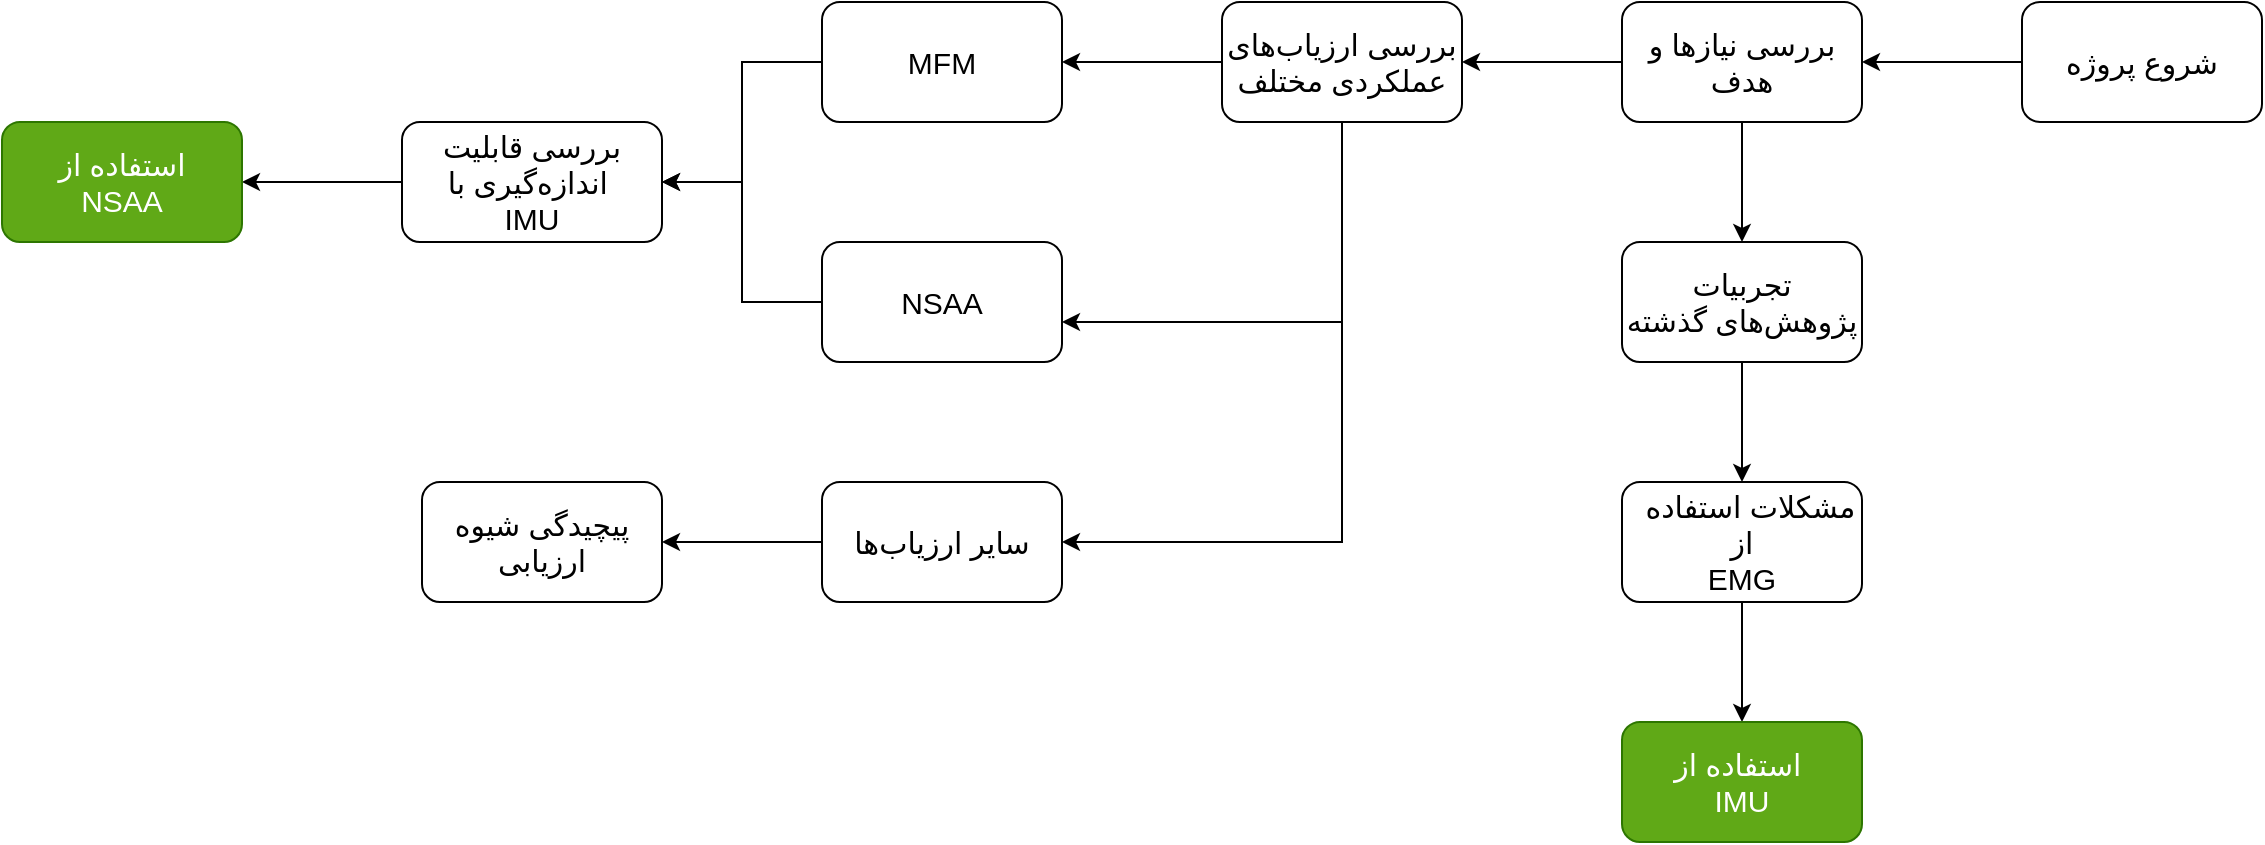
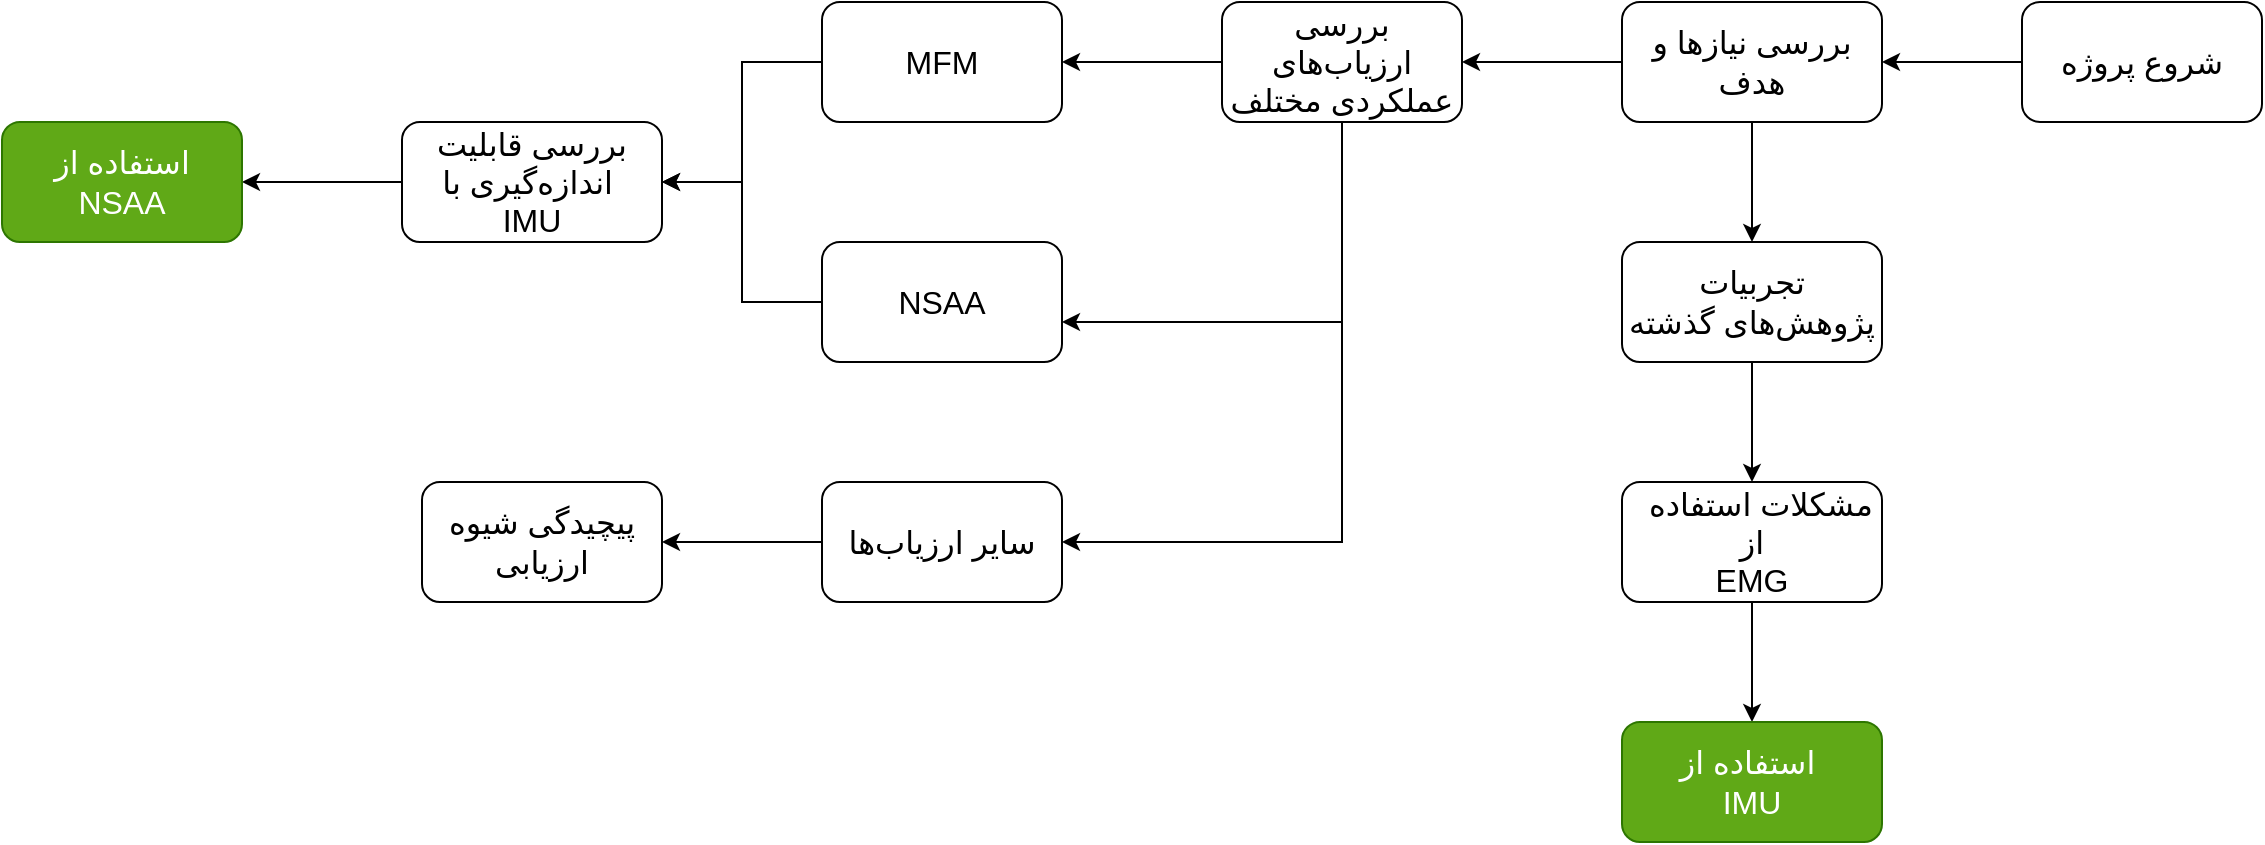
<mxfile host="Electron">
  <diagram id="7Gs_DfStQSDdEMOHskya" name="Page-1">
-     <mxGraphModel dx="1607" dy="1258" grid="1" gridSize="10" guides="1" tooltips="1" connect="1" arrows="1" fold="1" page="1" pageScale="1" pageWidth="1181" pageHeight="512" math="0" shadow="0">
+     <mxGraphModel dx="1483" dy="1162" grid="1" gridSize="10" guides="1" tooltips="1" connect="1" arrows="1" fold="1" page="1" pageScale="1" pageWidth="1181" pageHeight="512" math="0" shadow="0">
      <root>
        <mxCell id="0" />
        <mxCell id="1" parent="0" />
-         <mxCell id="tKZxA21WhAfYIQJh8kY5-1" edge="1" parent="1" source="tKZxA21WhAfYIQJh8kY5-2" style="edgeStyle=orthogonalEdgeStyle;rounded=0;orthogonalLoop=1;jettySize=auto;html=1;fontSize=15;" target="tKZxA21WhAfYIQJh8kY5-5" value="">
+         <mxCell id="tKZxA21WhAfYIQJh8kY5-1" edge="1" parent="1" source="tKZxA21WhAfYIQJh8kY5-2" style="edgeStyle=orthogonalEdgeStyle;rounded=0;orthogonalLoop=1;jettySize=auto;html=1;fontSize=16;" target="tKZxA21WhAfYIQJh8kY5-5" value="">
          <mxGeometry relative="1" as="geometry" />
        </mxCell>
-         <mxCell id="tKZxA21WhAfYIQJh8kY5-2" parent="1" style="rounded=1;whiteSpace=wrap;html=1;fontSize=15;" value="شروع پروژه" vertex="1">
-           <mxGeometry height="60" width="120" x="1040" y="60" as="geometry" />
+         <mxCell id="tKZxA21WhAfYIQJh8kY5-2" parent="1" style="rounded=1;whiteSpace=wrap;html=1;fontSize=16;" value="شروع پروژه" vertex="1">
+           <mxGeometry height="60" width="120" x="1036" y="46" as="geometry" />
        </mxCell>
-         <mxCell id="tKZxA21WhAfYIQJh8kY5-3" edge="1" parent="1" source="tKZxA21WhAfYIQJh8kY5-5" style="edgeStyle=orthogonalEdgeStyle;rounded=0;orthogonalLoop=1;jettySize=auto;html=1;fontSize=15;" target="tKZxA21WhAfYIQJh8kY5-7" value="">
+         <mxCell id="tKZxA21WhAfYIQJh8kY5-3" edge="1" parent="1" source="tKZxA21WhAfYIQJh8kY5-5" style="edgeStyle=orthogonalEdgeStyle;rounded=0;orthogonalLoop=1;jettySize=auto;html=1;fontSize=16;" target="tKZxA21WhAfYIQJh8kY5-7" value="">
          <mxGeometry relative="1" as="geometry" />
        </mxCell>
-         <mxCell id="tKZxA21WhAfYIQJh8kY5-4" edge="1" parent="1" source="tKZxA21WhAfYIQJh8kY5-5" style="edgeStyle=orthogonalEdgeStyle;rounded=0;orthogonalLoop=1;jettySize=auto;html=1;fontSize=15;" target="tKZxA21WhAfYIQJh8kY5-14" value="">
+         <mxCell id="tKZxA21WhAfYIQJh8kY5-4" edge="1" parent="1" source="tKZxA21WhAfYIQJh8kY5-5" style="edgeStyle=orthogonalEdgeStyle;rounded=0;orthogonalLoop=1;jettySize=auto;html=1;fontSize=16;" target="tKZxA21WhAfYIQJh8kY5-14" value="">
          <mxGeometry relative="1" as="geometry" />
        </mxCell>
-         <mxCell id="tKZxA21WhAfYIQJh8kY5-5" parent="1" style="whiteSpace=wrap;html=1;rounded=1;fontSize=15;" value="بررسی نیاز‌ها و هدف" vertex="1">
-           <mxGeometry height="60" width="120" x="840" y="60" as="geometry" />
+         <mxCell id="tKZxA21WhAfYIQJh8kY5-5" parent="1" style="whiteSpace=wrap;html=1;rounded=1;fontSize=16;" value="بررسی نیاز‌ها و هدف" vertex="1">
+           <mxGeometry height="60" width="130" x="836" y="46" as="geometry" />
        </mxCell>
-         <mxCell id="tKZxA21WhAfYIQJh8kY5-6" edge="1" parent="1" source="tKZxA21WhAfYIQJh8kY5-7" style="edgeStyle=orthogonalEdgeStyle;rounded=0;orthogonalLoop=1;jettySize=auto;html=1;fontSize=15;" target="tKZxA21WhAfYIQJh8kY5-9" value="">
+         <mxCell id="tKZxA21WhAfYIQJh8kY5-6" edge="1" parent="1" source="tKZxA21WhAfYIQJh8kY5-7" style="edgeStyle=orthogonalEdgeStyle;rounded=0;orthogonalLoop=1;jettySize=auto;html=1;fontSize=16;" target="tKZxA21WhAfYIQJh8kY5-9" value="">
          <mxGeometry relative="1" as="geometry" />
        </mxCell>
-         <mxCell id="tKZxA21WhAfYIQJh8kY5-7" parent="1" style="whiteSpace=wrap;html=1;rounded=1;fontSize=15;" value="تجربیات پژوهش‌های گذشته" vertex="1">
-           <mxGeometry height="60" width="120" x="840" y="180" as="geometry" />
+         <mxCell id="tKZxA21WhAfYIQJh8kY5-7" parent="1" style="whiteSpace=wrap;html=1;rounded=1;fontSize=16;" value="تجربیات پژوهش‌های گذشته" vertex="1">
+           <mxGeometry height="60" width="130" x="836" y="166" as="geometry" />
        </mxCell>
-         <mxCell id="tKZxA21WhAfYIQJh8kY5-8" edge="1" parent="1" source="tKZxA21WhAfYIQJh8kY5-9" style="edgeStyle=orthogonalEdgeStyle;rounded=0;orthogonalLoop=1;jettySize=auto;html=1;fontSize=15;" target="tKZxA21WhAfYIQJh8kY5-10" value="">
+         <mxCell id="tKZxA21WhAfYIQJh8kY5-8" edge="1" parent="1" source="tKZxA21WhAfYIQJh8kY5-9" style="edgeStyle=orthogonalEdgeStyle;rounded=0;orthogonalLoop=1;jettySize=auto;html=1;fontSize=16;" target="tKZxA21WhAfYIQJh8kY5-10" value="">
          <mxGeometry relative="1" as="geometry" />
        </mxCell>
-         <mxCell id="tKZxA21WhAfYIQJh8kY5-9" parent="1" style="whiteSpace=wrap;html=1;rounded=1;align=center;fontSize=15;" value="&amp;nbsp; مشکلات استفاده از&lt;div&gt;EMG&lt;/div&gt;" vertex="1">
-           <mxGeometry height="60" width="120" x="840" y="300" as="geometry" />
+         <mxCell id="tKZxA21WhAfYIQJh8kY5-9" parent="1" style="whiteSpace=wrap;html=1;rounded=1;align=center;fontSize=16;" value="&amp;nbsp; مشکلات استفاده از&lt;div&gt;EMG&lt;/div&gt;" vertex="1">
+           <mxGeometry height="60" width="130" x="836" y="286" as="geometry" />
        </mxCell>
-         <mxCell id="tKZxA21WhAfYIQJh8kY5-10" parent="1" style="whiteSpace=wrap;html=1;rounded=1;fillColor=light-dark(#60A917,#99FF99);fontColor=#ffffff;strokeColor=#2D7600;gradientColor=none;fontSize=15;" value="استفاده از&amp;nbsp;&lt;div&gt;IMU&lt;/div&gt;" vertex="1">
-           <mxGeometry height="60" width="120" x="840" y="420" as="geometry" />
+         <mxCell id="tKZxA21WhAfYIQJh8kY5-10" parent="1" style="whiteSpace=wrap;html=1;rounded=1;fillColor=light-dark(#60A917,#99FF99);fontColor=#ffffff;strokeColor=#2D7600;gradientColor=none;fontSize=16;" value="استفاده از&amp;nbsp;&lt;div&gt;IMU&lt;/div&gt;" vertex="1">
+           <mxGeometry height="60" width="130" x="836" y="406" as="geometry" />
        </mxCell>
-         <mxCell id="tKZxA21WhAfYIQJh8kY5-11" edge="1" parent="1" source="tKZxA21WhAfYIQJh8kY5-14" style="edgeStyle=orthogonalEdgeStyle;rounded=0;orthogonalLoop=1;jettySize=auto;html=1;fontSize=15;" target="tKZxA21WhAfYIQJh8kY5-16" value="">
+         <mxCell id="tKZxA21WhAfYIQJh8kY5-11" edge="1" parent="1" source="tKZxA21WhAfYIQJh8kY5-14" style="edgeStyle=orthogonalEdgeStyle;rounded=0;orthogonalLoop=1;jettySize=auto;html=1;fontSize=16;" target="tKZxA21WhAfYIQJh8kY5-16" value="">
          <mxGeometry relative="1" as="geometry" />
        </mxCell>
-         <mxCell id="tKZxA21WhAfYIQJh8kY5-12" edge="1" parent="1" source="tKZxA21WhAfYIQJh8kY5-14" style="edgeStyle=orthogonalEdgeStyle;rounded=0;orthogonalLoop=1;jettySize=auto;html=1;fontSize=15;" target="tKZxA21WhAfYIQJh8kY5-18" value="">
+         <mxCell id="tKZxA21WhAfYIQJh8kY5-12" edge="1" parent="1" source="tKZxA21WhAfYIQJh8kY5-14" style="edgeStyle=orthogonalEdgeStyle;rounded=0;orthogonalLoop=1;jettySize=auto;html=1;fontSize=16;" target="tKZxA21WhAfYIQJh8kY5-18" value="">
          <mxGeometry relative="1" as="geometry">
            <Array as="points">
-               <mxPoint x="700" y="220" />
+               <mxPoint x="696" y="206" />
            </Array>
          </mxGeometry>
        </mxCell>
-         <mxCell id="tKZxA21WhAfYIQJh8kY5-13" edge="1" parent="1" source="tKZxA21WhAfYIQJh8kY5-14" style="edgeStyle=orthogonalEdgeStyle;rounded=0;orthogonalLoop=1;jettySize=auto;html=1;entryX=1;entryY=0.5;entryDx=0;entryDy=0;exitX=0.5;exitY=1;exitDx=0;exitDy=0;fontSize=15;" target="tKZxA21WhAfYIQJh8kY5-20">
+         <mxCell id="tKZxA21WhAfYIQJh8kY5-13" edge="1" parent="1" source="tKZxA21WhAfYIQJh8kY5-14" style="edgeStyle=orthogonalEdgeStyle;rounded=0;orthogonalLoop=1;jettySize=auto;html=1;entryX=1;entryY=0.5;entryDx=0;entryDy=0;exitX=0.5;exitY=1;exitDx=0;exitDy=0;fontSize=16;" target="tKZxA21WhAfYIQJh8kY5-20">
          <mxGeometry relative="1" as="geometry">
-             <mxPoint x="740" y="180" as="sourcePoint" />
+             <mxPoint x="736" y="166" as="sourcePoint" />
          </mxGeometry>
        </mxCell>
-         <mxCell id="tKZxA21WhAfYIQJh8kY5-14" parent="1" style="whiteSpace=wrap;html=1;rounded=1;fontSize=15;" value="بررسی ارزیاب‌های عملکردی مختلف" vertex="1">
-           <mxGeometry height="60" width="120" x="640" y="60" as="geometry" />
+         <mxCell id="tKZxA21WhAfYIQJh8kY5-14" parent="1" style="whiteSpace=wrap;html=1;rounded=1;fontSize=16;" value="بررسی ارزیاب‌های عملکردی مختلف" vertex="1">
+           <mxGeometry height="60" width="120" x="636" y="46" as="geometry" />
        </mxCell>
-         <mxCell id="tKZxA21WhAfYIQJh8kY5-15" edge="1" parent="1" source="tKZxA21WhAfYIQJh8kY5-16" style="edgeStyle=orthogonalEdgeStyle;rounded=0;orthogonalLoop=1;jettySize=auto;html=1;entryX=1;entryY=0.5;entryDx=0;entryDy=0;fontSize=15;" target="tKZxA21WhAfYIQJh8kY5-22" value="">
+         <mxCell id="tKZxA21WhAfYIQJh8kY5-15" edge="1" parent="1" source="tKZxA21WhAfYIQJh8kY5-16" style="edgeStyle=orthogonalEdgeStyle;rounded=0;orthogonalLoop=1;jettySize=auto;html=1;entryX=1;entryY=0.5;entryDx=0;entryDy=0;fontSize=16;" target="tKZxA21WhAfYIQJh8kY5-22" value="">
          <mxGeometry relative="1" as="geometry" />
        </mxCell>
-         <mxCell id="tKZxA21WhAfYIQJh8kY5-16" parent="1" style="whiteSpace=wrap;html=1;rounded=1;fontSize=15;" value="MFM" vertex="1">
-           <mxGeometry height="60" width="120" x="440" y="60" as="geometry" />
+         <mxCell id="tKZxA21WhAfYIQJh8kY5-16" parent="1" style="whiteSpace=wrap;html=1;rounded=1;fontSize=16;" value="MFM" vertex="1">
+           <mxGeometry height="60" width="120" x="436" y="46" as="geometry" />
        </mxCell>
-         <mxCell id="tKZxA21WhAfYIQJh8kY5-17" edge="1" parent="1" source="tKZxA21WhAfYIQJh8kY5-18" style="edgeStyle=orthogonalEdgeStyle;rounded=0;orthogonalLoop=1;jettySize=auto;html=1;entryX=1;entryY=0.5;entryDx=0;entryDy=0;fontSize=15;" target="tKZxA21WhAfYIQJh8kY5-22">
+         <mxCell id="tKZxA21WhAfYIQJh8kY5-17" edge="1" parent="1" source="tKZxA21WhAfYIQJh8kY5-18" style="edgeStyle=orthogonalEdgeStyle;rounded=0;orthogonalLoop=1;jettySize=auto;html=1;entryX=1;entryY=0.5;entryDx=0;entryDy=0;fontSize=16;" target="tKZxA21WhAfYIQJh8kY5-22">
          <mxGeometry relative="1" as="geometry" />
        </mxCell>
-         <mxCell id="tKZxA21WhAfYIQJh8kY5-18" parent="1" style="whiteSpace=wrap;html=1;rounded=1;fontSize=15;" value="NSAA" vertex="1">
-           <mxGeometry height="60" width="120" x="440" y="180" as="geometry" />
+         <mxCell id="tKZxA21WhAfYIQJh8kY5-18" parent="1" style="whiteSpace=wrap;html=1;rounded=1;fontSize=16;" value="NSAA" vertex="1">
+           <mxGeometry height="60" width="120" x="436" y="166" as="geometry" />
        </mxCell>
-         <mxCell id="tKZxA21WhAfYIQJh8kY5-19" edge="1" parent="1" source="tKZxA21WhAfYIQJh8kY5-20" style="edgeStyle=orthogonalEdgeStyle;rounded=0;orthogonalLoop=1;jettySize=auto;html=1;fontSize=15;" target="tKZxA21WhAfYIQJh8kY5-24" value="">
+         <mxCell id="tKZxA21WhAfYIQJh8kY5-19" edge="1" parent="1" source="tKZxA21WhAfYIQJh8kY5-20" style="edgeStyle=orthogonalEdgeStyle;rounded=0;orthogonalLoop=1;jettySize=auto;html=1;fontSize=16;" target="tKZxA21WhAfYIQJh8kY5-24" value="">
          <mxGeometry relative="1" as="geometry" />
        </mxCell>
-         <mxCell id="tKZxA21WhAfYIQJh8kY5-20" parent="1" style="whiteSpace=wrap;html=1;rounded=1;fontSize=15;" value="سایر ارزیاب‌ها" vertex="1">
-           <mxGeometry height="60" width="120" x="440" y="300" as="geometry" />
+         <mxCell id="tKZxA21WhAfYIQJh8kY5-20" parent="1" style="whiteSpace=wrap;html=1;rounded=1;fontSize=16;" value="سایر ارزیاب‌ها" vertex="1">
+           <mxGeometry height="60" width="120" x="436" y="286" as="geometry" />
        </mxCell>
-         <mxCell id="tKZxA21WhAfYIQJh8kY5-21" edge="1" parent="1" source="tKZxA21WhAfYIQJh8kY5-22" style="edgeStyle=orthogonalEdgeStyle;rounded=0;orthogonalLoop=1;jettySize=auto;html=1;fontSize=15;" target="tKZxA21WhAfYIQJh8kY5-23" value="">
+         <mxCell id="tKZxA21WhAfYIQJh8kY5-21" edge="1" parent="1" source="tKZxA21WhAfYIQJh8kY5-22" style="edgeStyle=orthogonalEdgeStyle;rounded=0;orthogonalLoop=1;jettySize=auto;html=1;fontSize=16;" target="tKZxA21WhAfYIQJh8kY5-23" value="">
          <mxGeometry relative="1" as="geometry" />
        </mxCell>
-         <mxCell id="tKZxA21WhAfYIQJh8kY5-22" parent="1" style="whiteSpace=wrap;html=1;rounded=1;fontSize=15;" value="بررسی قابلیت اندازه‌گیری با&amp;nbsp;&lt;div&gt;IMU&lt;/div&gt;" vertex="1">
-           <mxGeometry height="60" width="130" x="230" y="120" as="geometry" />
+         <mxCell id="tKZxA21WhAfYIQJh8kY5-22" parent="1" style="whiteSpace=wrap;html=1;rounded=1;fontSize=16;" value="بررسی قابلیت اندازه‌گیری با&amp;nbsp;&lt;div&gt;IMU&lt;/div&gt;" vertex="1">
+           <mxGeometry height="60" width="130" x="226" y="106" as="geometry" />
        </mxCell>
-         <mxCell id="tKZxA21WhAfYIQJh8kY5-23" parent="1" style="whiteSpace=wrap;html=1;rounded=1;fillColor=light-dark(#60A917,#99FF99);fontColor=#ffffff;strokeColor=#2D7600;fontSize=15;" value="استفاده از&lt;div&gt;NSAA&lt;/div&gt;" vertex="1">
-           <mxGeometry height="60" width="120" x="30" y="120" as="geometry" />
+         <mxCell id="tKZxA21WhAfYIQJh8kY5-23" parent="1" style="whiteSpace=wrap;html=1;rounded=1;fillColor=light-dark(#60A917,#99FF99);fontColor=#ffffff;strokeColor=#2D7600;fontSize=16;" value="استفاده از&lt;div&gt;NSAA&lt;/div&gt;" vertex="1">
+           <mxGeometry height="60" width="120" x="26" y="106" as="geometry" />
        </mxCell>
-         <mxCell id="tKZxA21WhAfYIQJh8kY5-24" parent="1" style="whiteSpace=wrap;html=1;rounded=1;fontSize=15;" value="پیچیدگی شیوه ارزیابی" vertex="1">
-           <mxGeometry height="60" width="120" x="240" y="300" as="geometry" />
+         <mxCell id="tKZxA21WhAfYIQJh8kY5-24" parent="1" style="whiteSpace=wrap;html=1;rounded=1;fontSize=16;" value="پیچیدگی شیوه ارزیابی" vertex="1">
+           <mxGeometry height="60" width="120" x="236" y="286" as="geometry" />
        </mxCell>
      </root>
    </mxGraphModel>
  </diagram>
</mxfile>
